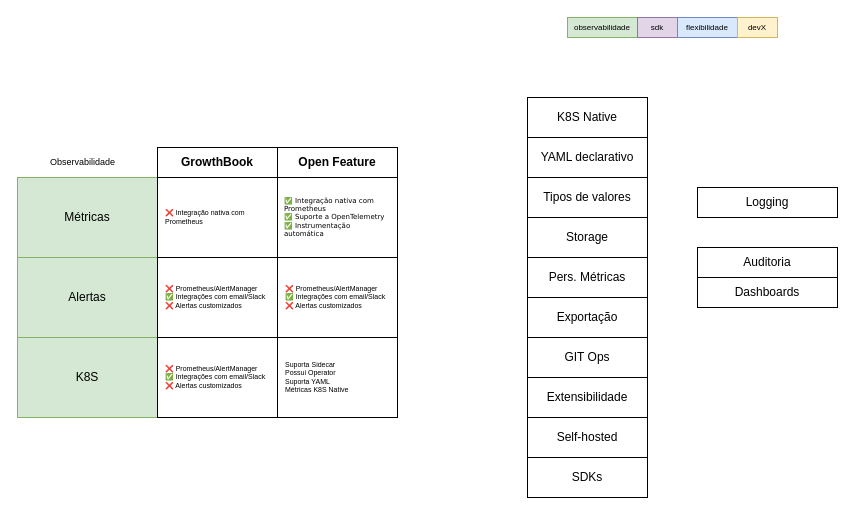
Above: docs/comparison.drawio in wguilherme/feature-flag (draw.io), before the change. Source tidied: cells renumbered, new cells numbered last; positions are measured from the earlier drawing's top-left corner, leaving out a move shared by most shapes. Both pictures are drawn from the tidied source at 100%, with x=0, y=0 at pixel (17, 17).
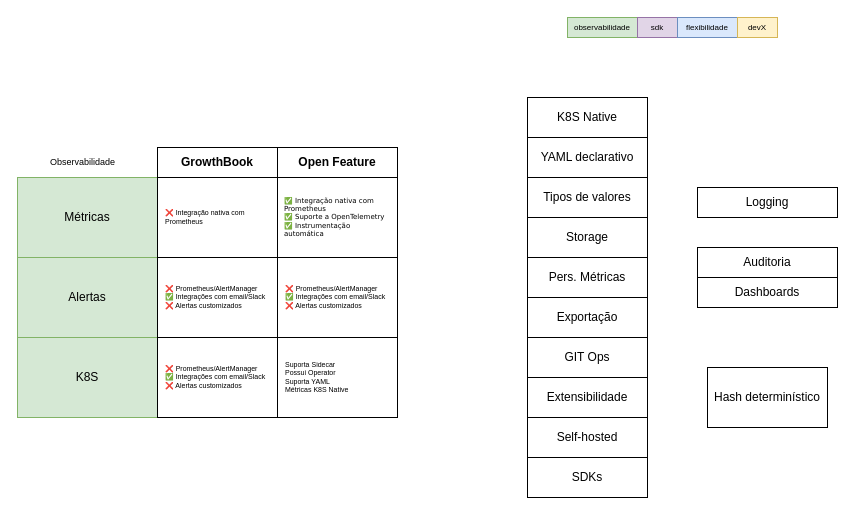
Above is the later version.

What changed in the source:
```diff
@@
+    <mxCell id="31" value="Hash determinístico" style="whiteSpace=wrap;html=1;" parent="1" vertex="1">
+      <mxGeometry x="690" y="350" width="120" height="60" as="geometry" />
+    </mxCell>
```
